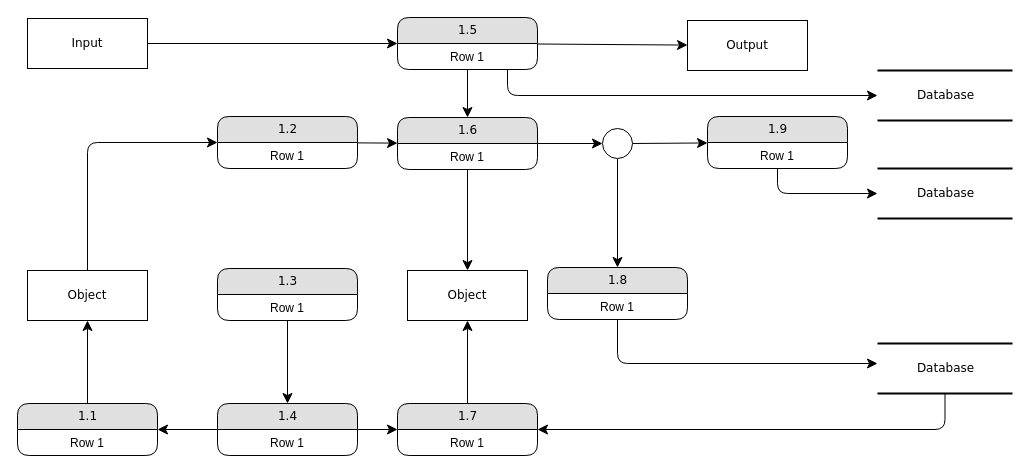
The draw.io diagram Untitled Diagram.drawio in Isoris/TE_collab_AGB, before the edit. Source tidied: cells renumbered, new cells numbered last; positions are measured from the earlier drawing's top-left corner, leaving out a move shared by most shapes. Both pictures are drawn from the tidied source at 100%, with x=0, y=0 at pixel (17, 17).
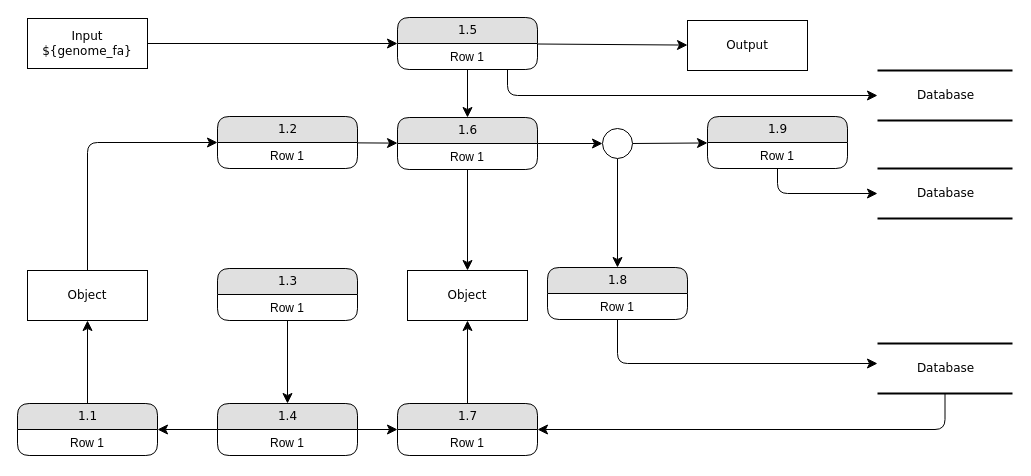
Above is the later version.

Diff of the diagram source:
```diff
@@
-    <mxCell id="6" value="Input" style="whiteSpace=wrap;html=1;rounded=0;shadow=0;comic=0;labelBackgroundColor=none;strokeWidth=1;fontFamily=Verdana;fontSize=12;align=center;" parent="1" vertex="1">
+    <mxCell id="6" value="&lt;div&gt;Input&lt;/div&gt;&lt;div&gt;${genome_fa}&lt;br&gt;&lt;/div&gt;" style="whiteSpace=wrap;html=1;rounded=0;shadow=0;comic=0;labelBackgroundColor=none;strokeWidth=1;fontFamily=Verdana;fontSize=12;align=center;" parent="1" vertex="1">
       <mxGeometry x="10" y="1" width="120" height="50" as="geometry" />
     </mxCell>
```
